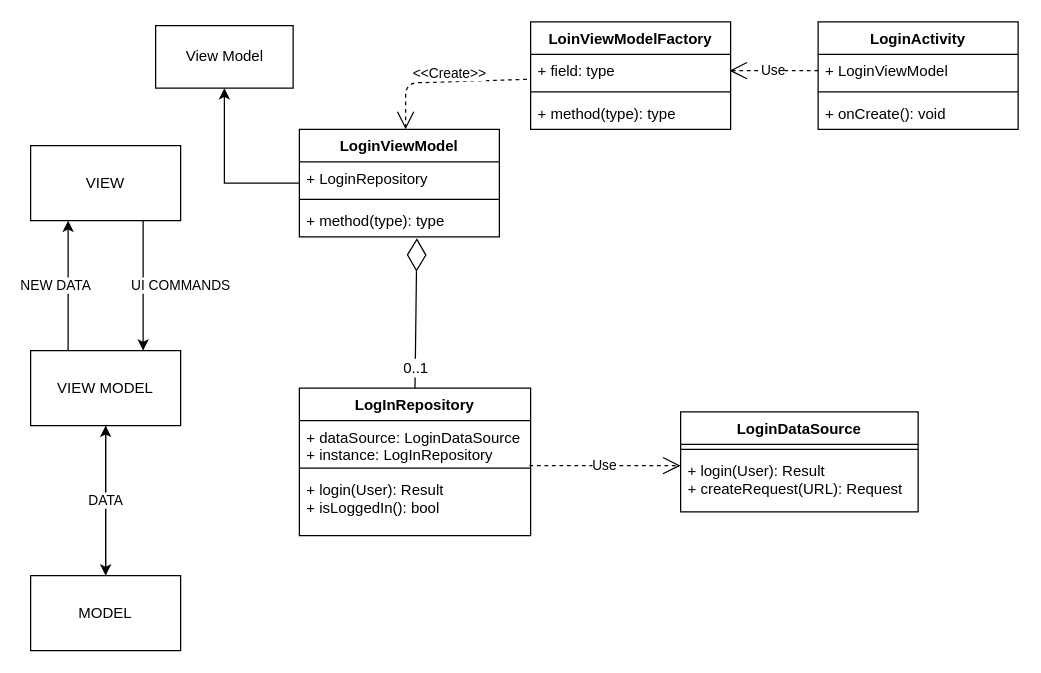
loghinalexandru/OC-TAIP keeps this draw.io diagram as Resources/MVVM.drawio. Above is the earlier version. Source tidied: cells renumbered, new cells numbered last; positions are measured from the earlier drawing's top-left corner, leaving out a move shared by most shapes. Both pictures are drawn from the tidied source at 125%, with x=0, y=0 at pixel (30, 21).
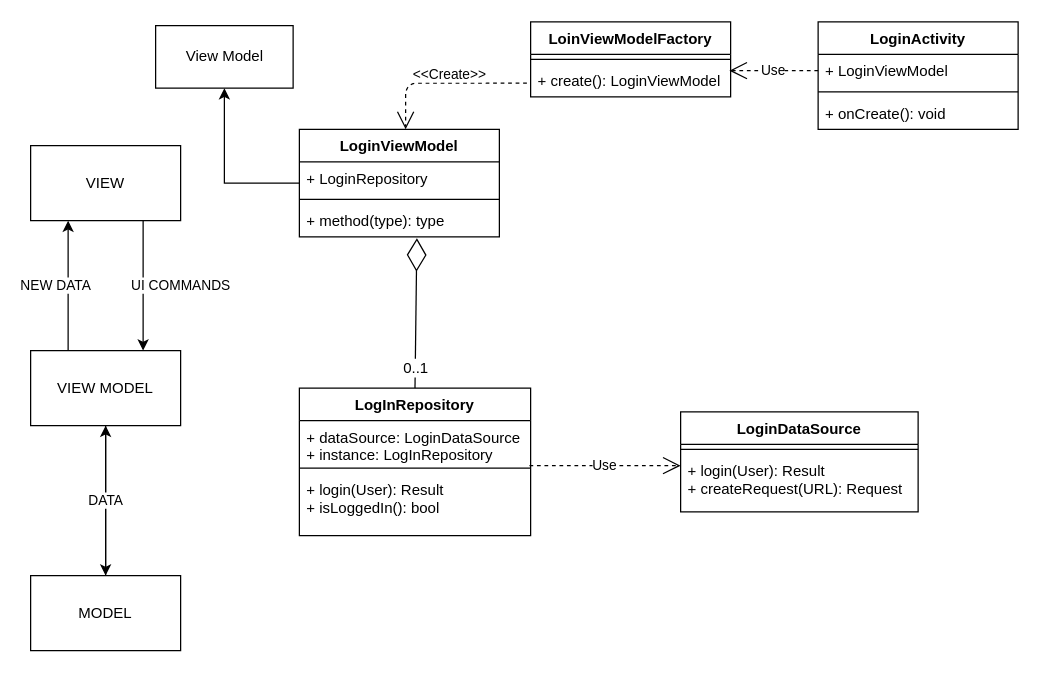
After the change.

What changed in the source:
```diff
@@
     <mxCell id="29" value="LoinViewModelFactory" style="swimlane;fontStyle=1;align=center;verticalAlign=top;horizontal=1;startSize=26;" parent="1" vertex="1">
-      <mxGeometry x="400" width="160" height="86" as="geometry" />
+      <mxGeometry x="400" width="160" height="60" as="geometry" />
     </mxCell>
-    <mxCell id="30" value="+ field: type" style="text;strokeColor=none;fillColor=none;align=left;verticalAlign=top;spacingLeft=4;spacingRight=4;overflow=hidden;points=[[0,0.5],[1,0.5]];portConstraint=eastwest;" parent="29" vertex="1">
-      <mxGeometry y="26" width="160" height="26" as="geometry" />
-    </mxCell>
     <mxCell id="31" style="line;strokeWidth=1;fillColor=none;align=left;verticalAlign=middle;spacingTop=-1;spacingLeft=3;spacingRight=3;labelPosition=right;" parent="29" vertex="1">
-      <mxGeometry y="52" width="160" height="8" as="geometry" />
+      <mxGeometry y="26" width="160" height="8" as="geometry" />
     </mxCell>
-    <mxCell id="32" value="+ method(type): type" style="text;strokeColor=none;fillColor=none;align=left;verticalAlign=top;spacingLeft=4;spacingRight=4;overflow=hidden;" parent="29" vertex="1">
-      <mxGeometry y="60" width="160" height="26" as="geometry" />
+    <mxCell id="32" value="+ create(): LoginViewModel" style="text;strokeColor=none;fillColor=none;align=left;verticalAlign=top;spacingLeft=4;spacingRight=4;overflow=hidden;" parent="29" vertex="1">
+      <mxGeometry y="34" width="160" height="26" as="geometry" />
     </mxCell>
@@
-    <mxCell id="34" value="&amp;lt;&amp;lt;Create&amp;gt;&amp;gt;" style="endArrow=open;endSize=12;dashed=1;html=1;exitX=-0.019;exitY=0.769;exitDx=0;exitDy=0;exitPerimeter=0;" parent="1" edge="1" source="30">
+    <mxCell id="34" value="&amp;lt;&amp;lt;Create&amp;gt;&amp;gt;" style="endArrow=open;endSize=12;dashed=1;html=1;" parent="1" edge="1">
       <mxGeometry x="-0.07" y="-7" relative="1" as="geometry">
+        <mxPoint x="397" y="49" as="sourcePoint" />
         <mxPoint x="300" y="86" as="targetPoint" />
         <Array as="points">
           <mxPoint x="300" y="49" />
         </Array>
       </mxGeometry>
     </mxCell>
```
